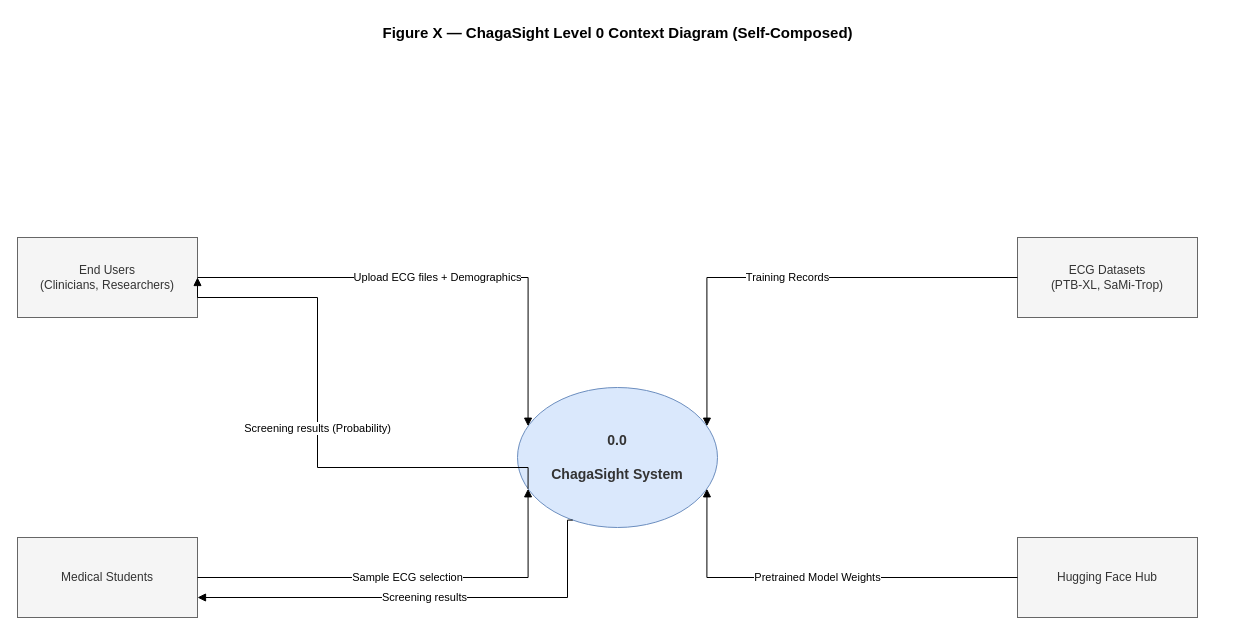
Above: Final Diagrams/DFD_Level0_context.drawio in SanuthMandepa/ChagaSight (draw.io), before the change. Source tidied: cells renumbered, new cells numbered last; positions are measured from the earlier drawing's top-left corner, leaving out a move shared by most shapes. Both pictures are drawn from the tidied source at 100%, with x=0, y=0 at pixel (17, 17).
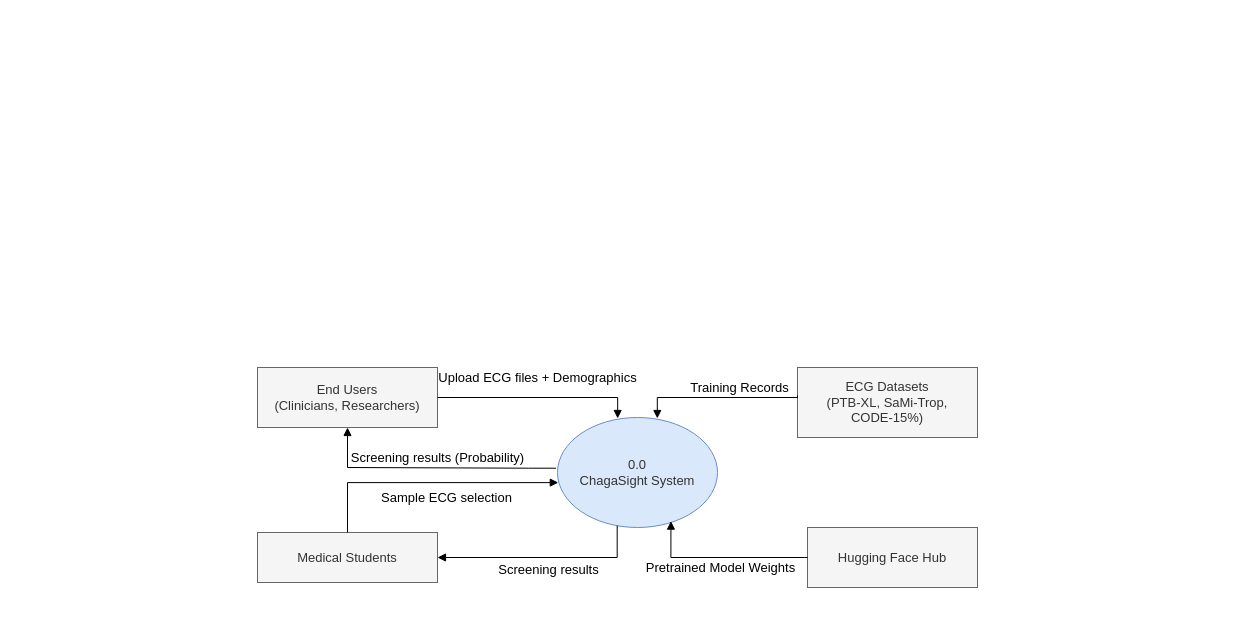
The same diagram, later.

Change to the diagram source:
```diff
@@
 <mxGraphModel>
   <root>
     <mxCell id="0" />
     <mxCell id="1" parent="0" />
-    <mxCell id="2" value="&lt;b&gt;&lt;font style=&quot;font-size:15px;&quot;&gt;Figure X — ChagaSight Level 0 Context Diagram (Self-Composed)&lt;/font&gt;&lt;/b&gt;" style="text;html=1;align=center;verticalAlign=middle;strokeColor=none;fillColor=none;" parent="1" vertex="1">
-      <mxGeometry width="1200" height="30" as="geometry" />
-    </mxCell>
-    <mxCell id="3" value="0.0&lt;br&gt;&lt;br&gt;ChagaSight System" style="ellipse;whiteSpace=wrap;html=1;fillColor=#dae8fc;strokeColor=#6c8ebf;fontColor=#333333;fontStyle=1;fontSize=14;" parent="1" vertex="1">
-      <mxGeometry x="500" y="370" width="200" height="140" as="geometry" />
+    <mxCell id="3" value="0.0&lt;br&gt;ChagaSight System" style="ellipse;whiteSpace=wrap;html=1;fillColor=#dae8fc;strokeColor=#6c8ebf;fontColor=#333333;fontStyle=0;fontSize=13;" parent="1" vertex="1">
+      <mxGeometry x="540" y="400" width="160" height="110" as="geometry" />
     </mxCell>
-    <mxCell id="4" value="End Users&lt;br&gt;(Clinicians, Researchers)" style="rounded=0;whiteSpace=wrap;html=1;fillColor=#f5f5f5;strokeColor=#666666;fontColor=#333333;" parent="1" vertex="1">
-      <mxGeometry y="220" width="180" height="80" as="geometry" />
+    <mxCell id="4" value="End Users&lt;br&gt;(Clinicians, Researchers)" style="rounded=0;whiteSpace=wrap;html=1;fillColor=#f5f5f5;strokeColor=#666666;fontColor=#333333;fontSize=13;fontStyle=0;" parent="1" vertex="1">
+      <mxGeometry x="240" y="350" width="180" height="60" as="geometry" />
     </mxCell>
-    <mxCell id="5" value="Medical Students" style="rounded=0;whiteSpace=wrap;html=1;fillColor=#f5f5f5;strokeColor=#666666;fontColor=#333333;" parent="1" vertex="1">
-      <mxGeometry y="520" width="180" height="80" as="geometry" />
+    <mxCell id="5" value="Medical Students" style="rounded=0;whiteSpace=wrap;html=1;fillColor=#f5f5f5;strokeColor=#666666;fontColor=#333333;fontSize=13;fontStyle=0;" parent="1" vertex="1">
+      <mxGeometry x="240" y="515" width="180" height="50" as="geometry" />
     </mxCell>
-    <mxCell id="6" value="ECG Datasets&lt;br&gt;(PTB-XL, SaMi-Trop)" style="rounded=0;whiteSpace=wrap;html=1;fillColor=#f5f5f5;strokeColor=#666666;fontColor=#333333;" parent="1" vertex="1">
-      <mxGeometry x="1000" y="220" width="180" height="80" as="geometry" />
+    <mxCell id="6" value="ECG Datasets&lt;br&gt;(PTB-XL, SaMi-Trop,&lt;br&gt;CODE-15%)" style="rounded=0;whiteSpace=wrap;html=1;fillColor=#f5f5f5;strokeColor=#666666;fontColor=#333333;fontSize=13;fontStyle=0;" parent="1" vertex="1">
+      <mxGeometry x="780" y="350" width="180" height="70" as="geometry" />
     </mxCell>
-    <mxCell id="7" value="Hugging Face Hub" style="rounded=0;whiteSpace=wrap;html=1;fillColor=#f5f5f5;strokeColor=#666666;fontColor=#333333;" parent="1" vertex="1">
-      <mxGeometry x="1000" y="520" width="180" height="80" as="geometry" />
+    <mxCell id="7" value="Hugging Face Hub" style="rounded=0;whiteSpace=wrap;html=1;fillColor=#f5f5f5;strokeColor=#666666;fontColor=#333333;fontSize=13;fontStyle=0;" parent="1" vertex="1">
+      <mxGeometry x="790" y="510" width="170" height="60" as="geometry" />
     </mxCell>
-    <mxCell id="8" value="Upload ECG files + Demographics" style="endArrow=block;endFill=1;html=1;strokeWidth=1;strokeColor=#000000;edgeStyle=orthogonalEdgeStyle;rounded=0;fontColor=#000000;fontSize=11;exitX=1;exitY=0.5;entryX=0;entryY=0.25;" parent="1" edge="1" source="4" target="3">
-      <mxGeometry relative="1" as="geometry" />
+    <mxCell id="8" value="Upload ECG files + Demographics" style="endArrow=block;endFill=1;html=1;strokeWidth=1;strokeColor=#000000;edgeStyle=orthogonalEdgeStyle;rounded=0;fontColor=#000000;fontSize=13;exitX=1;exitY=0.5;entryX=0.376;entryY=0.009;entryDx=0;entryDy=0;entryPerimeter=0;fontStyle=0;" parent="1" edge="1" source="4" target="3">
+      <mxGeometry x="-0.01" y="20" relative="1" as="geometry">
+        <Array as="points">
+          <mxPoint x="600" y="380" />
+        </Array>
+      </mxGeometry>
     </mxCell>
-    <mxCell id="9" value="Screening results (Probability)" style="endArrow=block;endFill=1;html=1;strokeWidth=1;strokeColor=#000000;edgeStyle=orthogonalEdgeStyle;rounded=0;fontColor=#000000;fontSize=11;exitX=0;exitY=0.75;entryX=1;entryY=0.5;" parent="1" edge="1" source="3" target="4">
-      <mxGeometry relative="1" as="geometry">
+    <mxCell id="9" value="Screening results (Probability)" style="endArrow=block;endFill=1;html=1;strokeWidth=1;strokeColor=#000000;edgeStyle=orthogonalEdgeStyle;rounded=0;fontColor=#000000;fontSize=13;exitX=-0.009;exitY=0.461;entryX=0.5;entryY=1;entryDx=0;entryDy=0;exitDx=0;exitDy=0;exitPerimeter=0;fontStyle=0;" parent="1" edge="1" source="3" target="4">
+      <mxGeometry x="-0.04" y="-10" relative="1" as="geometry">
         <Array as="points">
-          <mxPoint x="300" y="450" />
-          <mxPoint x="300" y="280" />
+          <mxPoint x="511" y="451" />
+          <mxPoint x="310" y="450" />
         </Array>
       </mxGeometry>
     </mxCell>
-    <mxCell id="10" value="Sample ECG selection" style="endArrow=block;endFill=1;html=1;strokeWidth=1;strokeColor=#000000;edgeStyle=orthogonalEdgeStyle;rounded=0;fontColor=#000000;fontSize=11;exitX=1;exitY=0.5;entryX=0;entryY=0.75;" parent="1" edge="1" source="5" target="3">
-      <mxGeometry relative="1" as="geometry" />
+    <mxCell id="10" value="Sample ECG selection" style="endArrow=block;endFill=1;html=1;strokeWidth=1;strokeColor=#000000;edgeStyle=orthogonalEdgeStyle;rounded=0;fontColor=#000000;fontSize=13;exitX=0.5;exitY=0;entryX=0.005;entryY=0.592;entryDx=0;entryDy=0;entryPerimeter=0;exitDx=0;exitDy=0;fontStyle=0;" parent="1" edge="1" source="5" target="3">
+      <mxGeometry x="0.14" y="-15" relative="1" as="geometry" />
     </mxCell>
-    <mxCell id="11" value="Screening results" style="endArrow=block;endFill=1;html=1;strokeWidth=1;strokeColor=#000000;edgeStyle=orthogonalEdgeStyle;rounded=0;fontColor=#000000;fontSize=11;exitX=0.25;exitY=1;entryX=1;entryY=0.75;" parent="1" edge="1" source="3" target="5">
-      <mxGeometry relative="1" as="geometry">
+    <mxCell id="11" value="Screening results" style="endArrow=block;endFill=1;html=1;strokeWidth=1;strokeColor=#000000;edgeStyle=orthogonalEdgeStyle;rounded=0;fontColor=#000000;fontSize=13;exitX=0.373;exitY=0.984;entryX=1;entryY=0.5;exitDx=0;exitDy=0;exitPerimeter=0;entryDx=0;entryDy=0;fontStyle=0;" parent="1" edge="1" source="3" target="5">
+      <mxGeometry x="-0.05" y="12" relative="1" as="geometry">
         <Array as="points">
-          <mxPoint x="550" y="580" />
+          <mxPoint x="600" y="540" />
         </Array>
       </mxGeometry>
     </mxCell>
-    <mxCell id="12" value="Training Records" style="endArrow=block;endFill=1;html=1;strokeWidth=1;strokeColor=#000000;edgeStyle=orthogonalEdgeStyle;rounded=0;fontColor=#000000;fontSize=11;exitX=0;exitY=0.5;entryX=1;entryY=0.25;" parent="1" edge="1" source="6" target="3">
-      <mxGeometry relative="1" as="geometry" />
+    <mxCell id="12" value="Training Records" style="endArrow=block;endFill=1;html=1;strokeWidth=1;strokeColor=#000000;edgeStyle=orthogonalEdgeStyle;rounded=0;fontColor=#000000;fontSize=13;entryX=0.624;entryY=0.009;entryDx=0;entryDy=0;entryPerimeter=0;exitX=0;exitY=0.4;exitDx=0;exitDy=0;exitPerimeter=0;fontStyle=0;" parent="1" edge="1" source="6" target="3">
+      <mxGeometry x="-0.27" y="-10" relative="1" as="geometry">
+        <Array as="points">
+          <mxPoint x="640" y="380" />
+        </Array>
+      </mxGeometry>
     </mxCell>
-    <mxCell id="13" value="Pretrained Model Weights" style="endArrow=block;endFill=1;html=1;strokeWidth=1;strokeColor=#000000;edgeStyle=orthogonalEdgeStyle;rounded=0;fontColor=#000000;fontSize=11;exitX=0;exitY=0.5;entryX=1;entryY=0.75;" parent="1" edge="1" source="7" target="3">
-      <mxGeometry relative="1" as="geometry" />
+    <mxCell id="13" value="Pretrained Model Weights" style="endArrow=block;endFill=1;html=1;strokeWidth=1;strokeColor=#000000;edgeStyle=orthogonalEdgeStyle;rounded=0;fontColor=#000000;fontSize=13;entryX=0.709;entryY=0.942;entryDx=0;entryDy=0;entryPerimeter=0;exitX=0;exitY=0.5;exitDx=0;exitDy=0;fontStyle=0;" parent="1" edge="1" source="7" target="3">
+      <mxGeometry x="0.01" y="10" relative="1" as="geometry">
+        <Array as="points">
+          <mxPoint x="653" y="540" />
+        </Array>
+      </mxGeometry>
     </mxCell>
   </root>
 </mxGraphModel>
```
